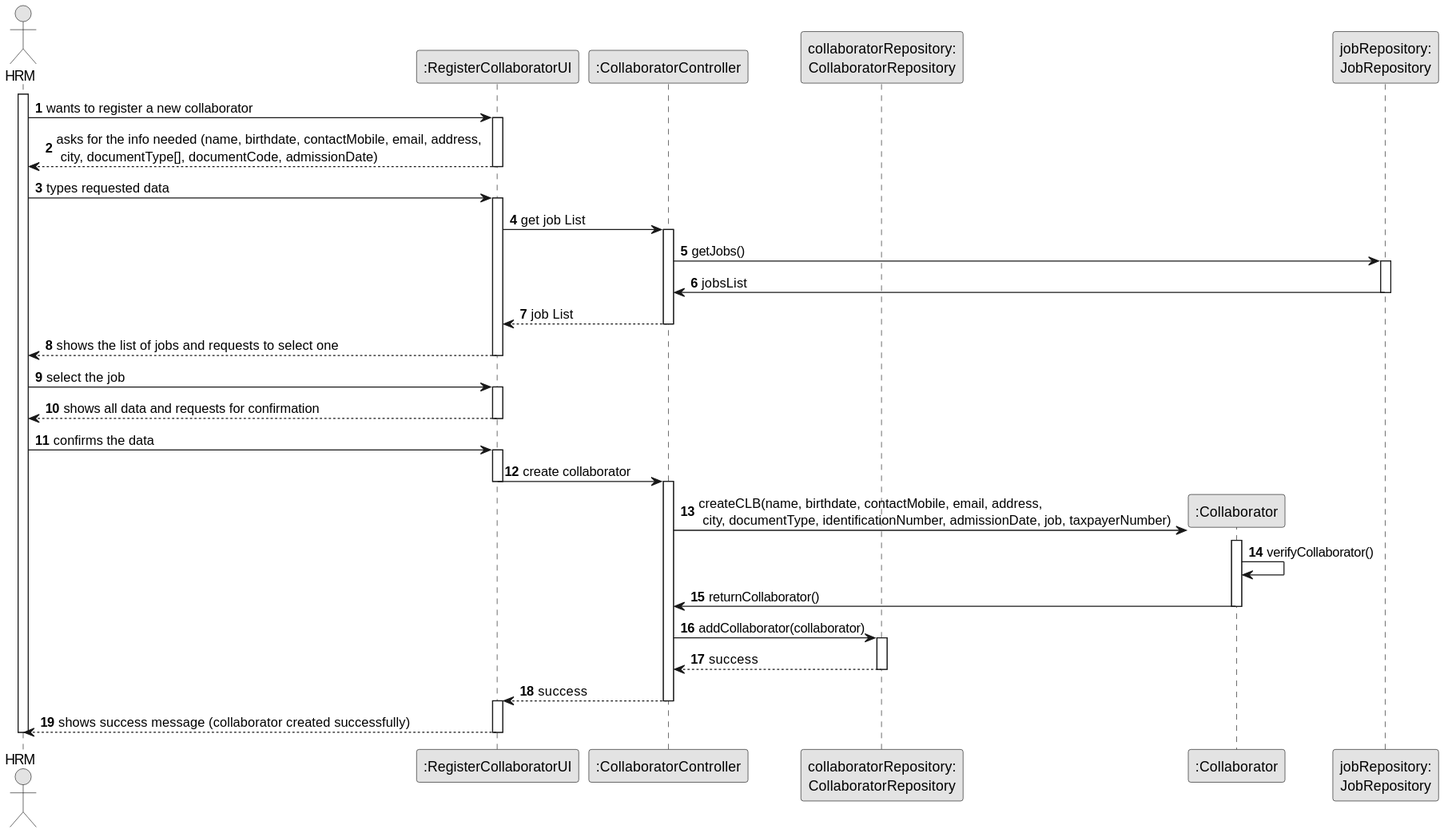
The PlantUML diagram docs/sprintB/us003/03.design/svg/us003-sequence-diagram-full.svg in RicardoMorim/lapr2-ISEP-Project, before a commit.
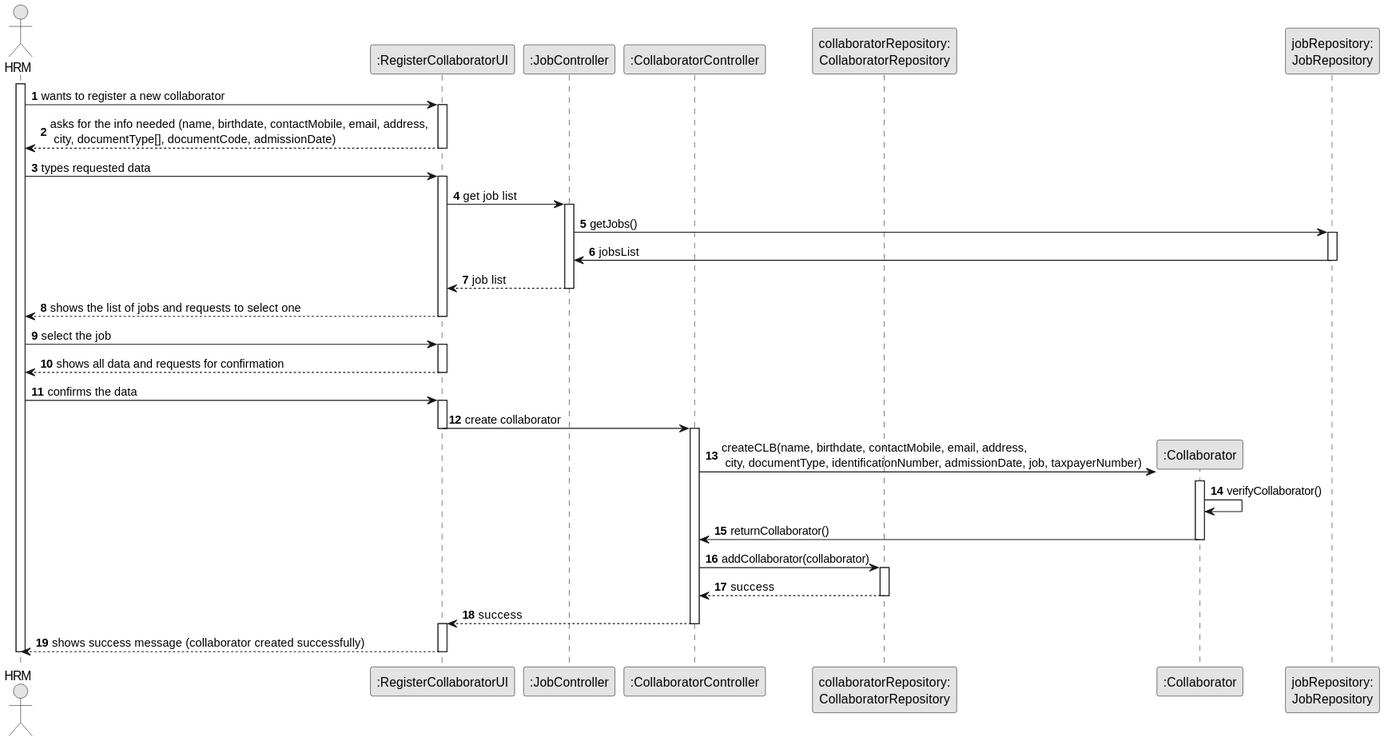
Later version of the same file.

Diff of the diagram source:
```diff
@@ -7,6 +7,7 @@
 
 actor "HRM" as HRM
 participant ":RegisterCollaboratorUI" as UI
+participant ":JobController" as JC
 participant ":CollaboratorController" as CTRL
 participant "collaboratorRepository:\nCollaboratorRepository" as CLBREP
 participant ":Collaborator" as CLB
@@ -24,20 +25,20 @@
         HRM -> UI : types requested data
         activate UI
 
-        UI -> CTRL: get job List
+        UI -> JC: get job list
 
 
-        activate CTRL
+        activate JC
 
-            CTRL -> jobRepository : getJobs()
+            JC -> jobRepository : getJobs()
             activate jobRepository
 
-            jobRepository -> CTRL : jobsList
+            jobRepository -> JC : jobsList
             deactivate jobRepository
 
 
-            CTRL --> UI : job List
-        deactivate CTRL
+            JC --> UI : job list
+        deactivate JC
 
 
 
```
